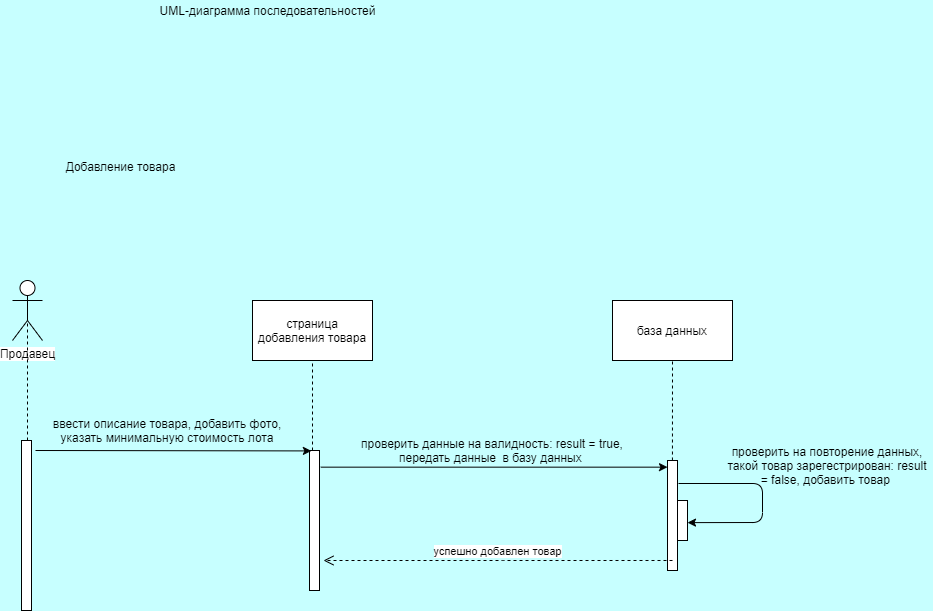
The draw.io diagram ДиаграммаПоследовательностейНовая.png in aleksandrovychkatya/TRPZ, before a commit. Source tidied: cells renumbered, new cells last; positions are measured from the earlier drawing's top-left corner, leaving out a move shared by most shapes.
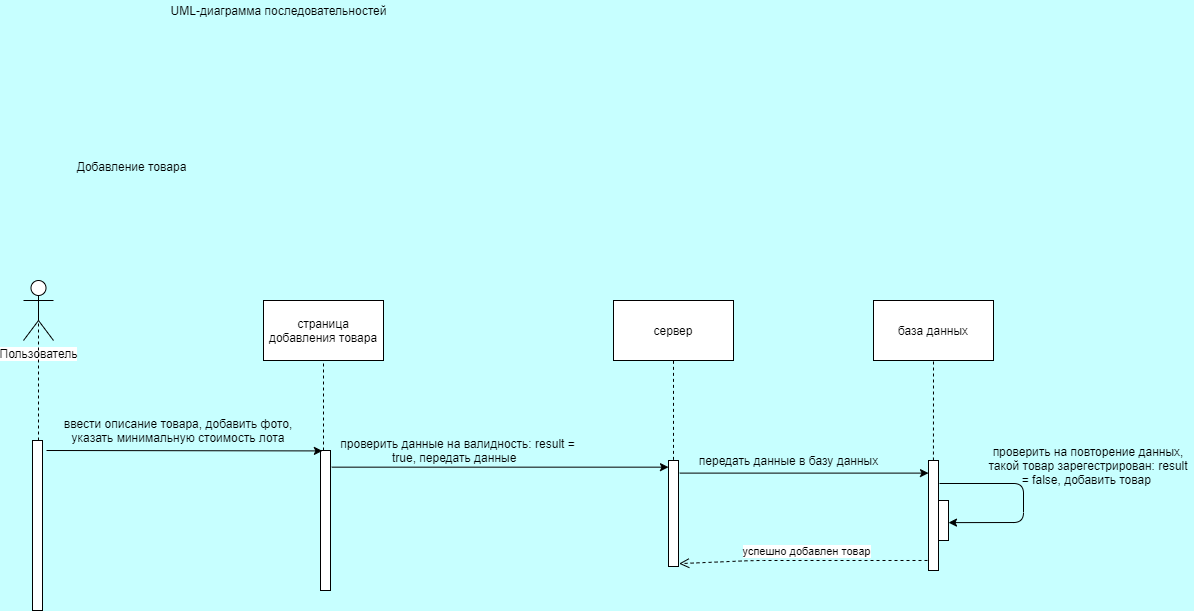
After the commit.

Commit message:
Диаграмма последовательностей

The edit, as a diff of the source:
```diff
@@ -8,7 +8,7 @@
     <mxCell id="3" style="group;" parent="1" vertex="1">
       <mxGeometry y="156" width="920" height="454" as="geometry" />
     </mxCell>
-    <mxCell id="4" value="Продавец" style="shape=umlActor;verticalLabelPosition=bottom;labelBackgroundColor=#ffffff;verticalAlign=top;html=1;outlineConnect=0;" parent="3" vertex="1">
+    <mxCell id="4" value="Пользователь" style="shape=umlActor;verticalLabelPosition=bottom;labelBackgroundColor=#ffffff;verticalAlign=top;html=1;outlineConnect=0;" parent="3" vertex="1">
       <mxGeometry y="124" width="30" height="60" as="geometry" />
     </mxCell>
     <mxCell id="5" value="Добавление товара" style="text;html=1;align=center;verticalAlign=middle;" parent="3" vertex="1">
@@ -17,18 +17,12 @@
     <mxCell id="6" value="страница добавления товара" style="rounded=0;whiteSpace=wrap;html=1;" parent="3" vertex="1">
       <mxGeometry x="240" y="144" width="120" height="60" as="geometry" />
     </mxCell>
-    <mxCell id="7" value="база данных" style="rounded=0;whiteSpace=wrap;html=1;" parent="3" vertex="1">
-      <mxGeometry x="600" y="144" width="120" height="60" as="geometry" />
-    </mxCell>
     <mxCell id="8" style="html=1;points=[];perimeter=orthogonalPerimeter;" parent="3" vertex="1">
       <mxGeometry x="9" y="284" width="10" height="170" as="geometry" />
     </mxCell>
     <mxCell id="9" style="html=1;points=[];perimeter=orthogonalPerimeter;" parent="3" vertex="1">
       <mxGeometry x="297" y="294" width="10" height="140" as="geometry" />
     </mxCell>
-    <mxCell id="10" style="html=1;points=[];perimeter=orthogonalPerimeter;" parent="3" vertex="1">
-      <mxGeometry x="655" y="304" width="10" height="110" as="geometry" />
-    </mxCell>
     <mxCell id="11" style="endArrow=classic;html=1;entryX=0.188;entryY=0.003;entryDx=0;entryDy=0;entryPerimeter=0;" parent="3" edge="1" target="9">
       <mxGeometry relative="1" as="geometry">
         <mxPoint x="23" y="294" as="sourcePoint" />
@@ -37,11 +31,11 @@
     <mxCell id="12" value="ввести описание товара, добавить фото, указать минимальную стоимость лота" style="text;html=1;strokeColor=none;fillColor=none;align=center;verticalAlign=middle;whiteSpace=wrap;rounded=0;" parent="3" vertex="1">
       <mxGeometry x="30" y="254" width="250" height="40" as="geometry" />
     </mxCell>
-    <mxCell id="13" style="endArrow=classic;html=1;exitX=1.129;exitY=0.119;exitDx=0;exitDy=0;exitPerimeter=0;" parent="3" edge="1" source="9" target="10">
+    <mxCell id="13" style="endArrow=classic;html=1;exitX=1.129;exitY=0.119;exitDx=0;exitDy=0;exitPerimeter=0;" parent="3" edge="1" source="24" target="10">
       <mxGeometry relative="1" as="geometry" />
     </mxCell>
-    <mxCell id="14" value="проверить данные на валидность: result = true, передать данные&amp;nbsp; в базу данных&amp;nbsp;" style="text;html=1;strokeColor=none;fillColor=none;align=center;verticalAlign=middle;whiteSpace=wrap;rounded=0;" parent="3" vertex="1">
-      <mxGeometry x="335" y="274" width="290" height="40" as="geometry" />
+    <mxCell id="14" value="проверить данные на валидность: result = true, передать данные&amp;nbsp;&amp;nbsp;" style="text;html=1;strokeColor=none;fillColor=none;align=center;verticalAlign=middle;whiteSpace=wrap;rounded=0;" parent="3" vertex="1">
+      <mxGeometry x="307" y="274" width="255" height="40" as="geometry" />
     </mxCell>
     <mxCell id="15" style="endArrow=none;dashed=1;html=1;entryX=0.5;entryY=0.5;entryDx=0;entryDy=0;entryPerimeter=0;" parent="3" edge="1" source="8" target="4">
       <mxGeometry relative="1" as="geometry" />
@@ -51,31 +45,54 @@
         <mxPoint x="300" y="294" as="sourcePoint" />
       </mxGeometry>
     </mxCell>
+    <mxCell id="21" value="успешно добавлен товар" style="html=1;verticalAlign=bottom;endArrow=open;dashed=1;endSize=8;exitX=0.5;exitY=0.909;exitDx=0;exitDy=0;exitPerimeter=0;entryX=1.06;entryY=0.973;entryDx=0;entryDy=0;entryPerimeter=0;" parent="3" edge="1" source="10" target="24">
+      <mxGeometry relative="1" as="geometry">
+        <Array as="points">
+          <mxPoint x="730" y="404" />
+        </Array>
+      </mxGeometry>
+    </mxCell>
+    <mxCell id="22" value="сервер" style="rounded=0;whiteSpace=wrap;html=1;" parent="3" vertex="1">
+      <mxGeometry x="590" y="144" width="120" height="60" as="geometry" />
+    </mxCell>
+    <mxCell id="23" style="group;" parent="3" vertex="1">
+      <mxGeometry x="850" y="144" width="320" height="270" as="geometry" />
+    </mxCell>
+    <mxCell id="7" value="база данных" style="rounded=0;whiteSpace=wrap;html=1;" parent="23" vertex="1">
+      <mxGeometry width="120" height="60" as="geometry" />
+    </mxCell>
+    <mxCell id="10" style="html=1;points=[];perimeter=orthogonalPerimeter;" parent="23" vertex="1">
+      <mxGeometry x="55" y="160" width="10" height="110" as="geometry" />
+    </mxCell>
-    <mxCell id="17" style="endArrow=none;dashed=1;html=1;entryX=0.5;entryY=1;entryDx=0;entryDy=0;exitX=0.494;exitY=0;exitDx=0;exitDy=0;exitPerimeter=0;" parent="3" edge="1" source="10" target="7">
+    <mxCell id="17" style="endArrow=none;dashed=1;html=1;entryX=0.5;entryY=1;entryDx=0;entryDy=0;exitX=0.494;exitY=0;exitDx=0;exitDy=0;exitPerimeter=0;" parent="23" edge="1" source="10" target="7">
       <mxGeometry relative="1" as="geometry" />
     </mxCell>
-    <mxCell id="18" style="html=1;points=[];perimeter=orthogonalPerimeter;" parent="3" vertex="1">
-      <mxGeometry x="665" y="344" width="10" height="40" as="geometry" />
+    <mxCell id="18" style="html=1;points=[];perimeter=orthogonalPerimeter;" parent="23" vertex="1">
+      <mxGeometry x="65" y="200" width="10" height="40" as="geometry" />
     </mxCell>
-    <mxCell id="19" style="endArrow=classic;html=1;entryX=1;entryY=0.553;entryDx=0;entryDy=0;entryPerimeter=0;" parent="3" edge="1" target="18">
+    <mxCell id="19" style="endArrow=classic;html=1;entryX=1;entryY=0.553;entryDx=0;entryDy=0;entryPerimeter=0;" parent="23" edge="1" target="18">
       <mxGeometry relative="1" as="geometry">
-        <mxPoint x="666" y="327" as="sourcePoint" />
+        <mxPoint x="66" y="183" as="sourcePoint" />
         <Array as="points">
-          <mxPoint x="750" y="327" />
-          <mxPoint x="750" y="366" />
+          <mxPoint x="150" y="183" />
+          <mxPoint x="150" y="222" />
         </Array>
       </mxGeometry>
     </mxCell>
-    <mxCell id="20" value="проверить на повторение данных, такой товар зарегестрирован: result = false, добавить товар&amp;nbsp;" style="text;html=1;strokeColor=none;fillColor=none;align=center;verticalAlign=middle;whiteSpace=wrap;rounded=0;" parent="3" vertex="1">
-      <mxGeometry x="710" y="304" width="210" height="10" as="geometry" />
+    <mxCell id="20" value="проверить на повторение данных, такой товар зарегестрирован: result = false, добавить товар&amp;nbsp;" style="text;html=1;strokeColor=none;fillColor=none;align=center;verticalAlign=middle;whiteSpace=wrap;rounded=0;" parent="23" vertex="1">
+      <mxGeometry x="110" y="160" width="210" height="10" as="geometry" />
     </mxCell>
-    <mxCell id="21" value="успешно добавлен товар" style="html=1;verticalAlign=bottom;endArrow=open;dashed=1;endSize=8;exitX=0.5;exitY=0.909;exitDx=0;exitDy=0;exitPerimeter=0;" parent="3" edge="1" source="10">
-      <mxGeometry relative="1" as="geometry">
-        <mxPoint x="311" y="404" as="targetPoint" />
-        <Array as="points">
-          <mxPoint x="500" y="404" />
-        </Array>
-      </mxGeometry>
-    </mxCell>
+    <mxCell id="24" style="html=1;points=[];perimeter=orthogonalPerimeter;" parent="3" vertex="1">
+      <mxGeometry x="645" y="304" width="10" height="106" as="geometry" />
+    </mxCell>
+    <mxCell id="25" style="endArrow=classic;html=1;exitX=1.129;exitY=0.119;exitDx=0;exitDy=0;exitPerimeter=0;" parent="3" edge="1" source="9" target="24">
+      <mxGeometry relative="1" as="geometry" />
+    </mxCell>
+    <mxCell id="26" style="endArrow=none;dashed=1;html=1;entryX=0.5;entryY=1;entryDx=0;entryDy=0;exitX=0.5;exitY=-0.006;exitDx=0;exitDy=0;exitPerimeter=0;" parent="3" edge="1" source="24" target="22">
+      <mxGeometry relative="1" as="geometry" />
+    </mxCell>
+    <mxCell id="27" value="передать данные в базу данных" style="text;html=1;align=center;verticalAlign=middle;" parent="3" vertex="1">
+      <mxGeometry x="670" y="294" width="190" height="20" as="geometry" />
+    </mxCell>
   </root>
 </mxGraphModel>
```
